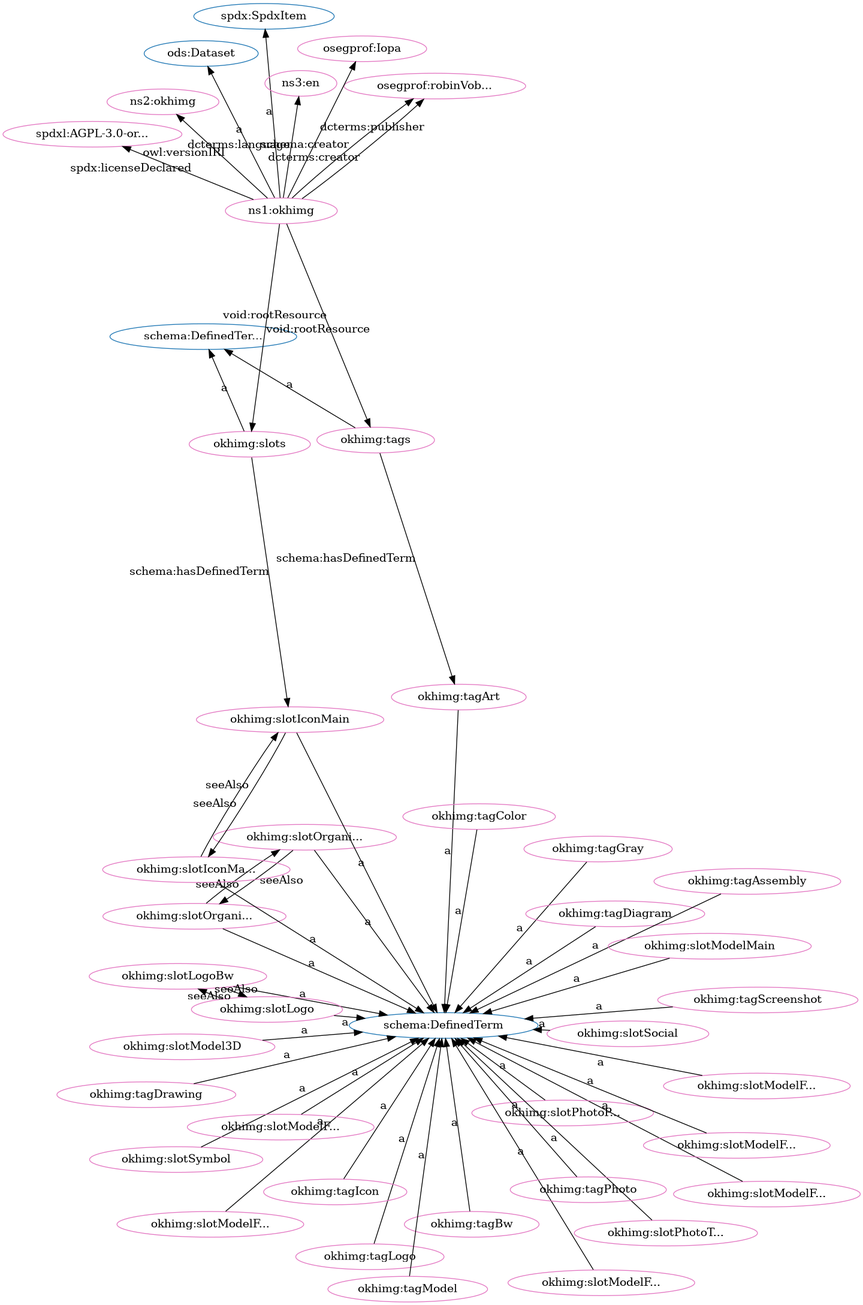
Earlier version of the Graphviz export src/spec/fdp_okh-img-clean.png (iop-alliance/OpenKnowHow). Its source is kept beside it as src/spec/fdp_okh-img-clean.dot.
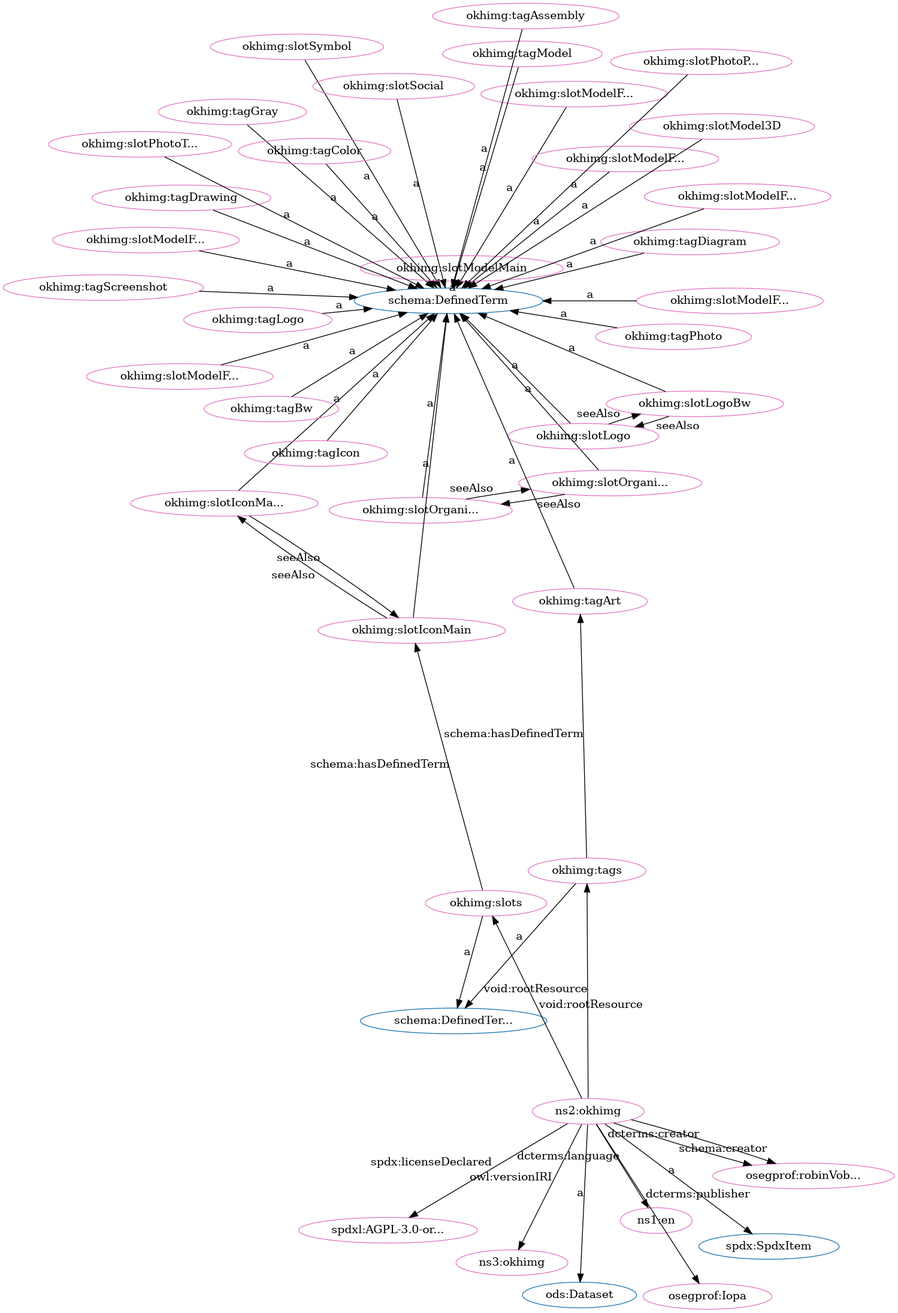
After the change.

Change to the diagram source:
```diff
@@ -1,96 +1,96 @@
 digraph G {
   rankdir=BT
   node[height=.3]
-"http://schema.org/DefinedTermSet" [fillcolor="#1f77b4" color="#1f77b4" label="schema:DefinedTer..."]
-"http://spdx.org/rdf/terms#SpdxItem" [fillcolor="#1f77b4" color="#1f77b4" label="spdx:SpdxItem"]
 "http://schema.org/DefinedTerm" [fillcolor="#1f77b4" color="#1f77b4" label="schema:DefinedTerm"]
 "http://w3id.org/oseg/ont/ods#Dataset" [fillcolor="#1f77b4" color="#1f77b4" label="ods:Dataset"]
+"http://spdx.org/rdf/terms#SpdxItem" [fillcolor="#1f77b4" color="#1f77b4" label="spdx:SpdxItem"]
+"http://schema.org/DefinedTermSet" [fillcolor="#1f77b4" color="#1f77b4" label="schema:DefinedTer..."]
+"http://w3id.org/oseg/ont/okhimg#slotModelFromBack" [fillcolor="#e377c2" color="#e377c2" label="okhimg:slotModelF..."]
+"http://id.loc.gov/vocabulary/iso639-1/en" [fillcolor="#e377c2" color="#e377c2" label="ns1:en"]
+"http://w3id.org/oseg/ont/okhimg#slotOrganizationLogo" [fillcolor="#e377c2" color="#e377c2" label="okhimg:slotOrgani..."]
+"http://w3id.org/oseg/ont/okhimg#slotSymbol" [fillcolor="#e377c2" color="#e377c2" label="okhimg:slotSymbol"]
+"http://w3id.org/oseg/ont/okhimg#slotModelFromFront" [fillcolor="#e377c2" color="#e377c2" label="okhimg:slotModelF..."]
+"http://w3id.org/oseg/ont/okhimg#slotModelFromLeft" [fillcolor="#e377c2" color="#e377c2" label="okhimg:slotModelF..."]
+"http://w3id.org/oseg/ont/okhimg#tagScreenshot" [fillcolor="#e377c2" color="#e377c2" label="okhimg:tagScreenshot"]
+"http://w3id.org/oseg/ont/okhimg" [fillcolor="#e377c2" color="#e377c2" label="ns2:okhimg"]
 "http://w3id.org/oseg/ont/okhimg#slotLogoBw" [fillcolor="#e377c2" color="#e377c2" label="okhimg:slotLogoBw"]
+"http://w3id.org/oseg/ont/okhimg#tagGray" [fillcolor="#e377c2" color="#e377c2" label="okhimg:tagGray"]
+"http://w3id.org/oseg/ont/okhimg#tagColor" [fillcolor="#e377c2" color="#e377c2" label="okhimg:tagColor"]
+"http://w3id.org/oseg/ont/okhimg#slotModelFromAbove" [fillcolor="#e377c2" color="#e377c2" label="okhimg:slotModelF..."]
+"http://w3id.org/oseg/ont/oseg-profiles#Iopa" [fillcolor="#e377c2" color="#e377c2" label="osegprof:Iopa"]
+"http://w3id.org/oseg/ont/okhimg#tagDiagram" [fillcolor="#e377c2" color="#e377c2" label="okhimg:tagDiagram"]
+"http://w3id.org/oseg/ont/okhimg#tagLogo" [fillcolor="#e377c2" color="#e377c2" label="okhimg:tagLogo"]
+"http://w3id.org/oseg/ont/okhimg#slotModelMain" [fillcolor="#e377c2" color="#e377c2" label="okhimg:slotModelMain"]
+"http://w3id.org/oseg/ont/okhimg#slotIconMainBw" [fillcolor="#e377c2" color="#e377c2" label="okhimg:slotIconMa..."]
+"http://w3id.org/oseg/ont/0.1.0/okhimg" [fillcolor="#e377c2" color="#e377c2" label="ns3:okhimg"]
+"http://w3id.org/oseg/ont/oseg-profiles#robinVobruba" [fillcolor="#e377c2" color="#e377c2" label="osegprof:robinVob..."]
+"http://w3id.org/oseg/ont/okhimg#tags" [fillcolor="#e377c2" color="#e377c2" label="okhimg:tags"]
+"http://w3id.org/oseg/ont/okhimg#slots" [fillcolor="#e377c2" color="#e377c2" label="okhimg:slots"]
+"http://w3id.org/oseg/ont/okhimg#slotIconMain" [fillcolor="#e377c2" color="#e377c2" label="okhimg:slotIconMain"]
+"http://w3id.org/oseg/ont/okhimg#tagBw" [fillcolor="#e377c2" color="#e377c2" label="okhimg:tagBw"]
+"http://w3id.org/oseg/ont/okhimg#slotModelFromRight" [fillcolor="#e377c2" color="#e377c2" label="okhimg:slotModelF..."]
+"http://spdx.org/licenses/AGPL-3.0-or-later" [fillcolor="#e377c2" color="#e377c2" label="spdxl:AGPL-3.0-or..."]
+"http://w3id.org/oseg/ont/okhimg#slotLogo" [fillcolor="#e377c2" color="#e377c2" label="okhimg:slotLogo"]
+"http://w3id.org/oseg/ont/okhimg#slotOrganizationLogoBw" [fillcolor="#e377c2" color="#e377c2" label="okhimg:slotOrgani..."]
+"http://w3id.org/oseg/ont/okhimg#slotModel3D" [fillcolor="#e377c2" color="#e377c2" label="okhimg:slotModel3D"]
+"http://w3id.org/oseg/ont/okhimg#slotModelFromBelow" [fillcolor="#e377c2" color="#e377c2" label="okhimg:slotModelF..."]
+"http://w3id.org/oseg/ont/okhimg#tagDrawing" [fillcolor="#e377c2" color="#e377c2" label="okhimg:tagDrawing"]
+"http://w3id.org/oseg/ont/okhimg#tagModel" [fillcolor="#e377c2" color="#e377c2" label="okhimg:tagModel"]
+"http://w3id.org/oseg/ont/okhimg#tagPhoto" [fillcolor="#e377c2" color="#e377c2" label="okhimg:tagPhoto"]
 "http://w3id.org/oseg/ont/okhimg#tagArt" [fillcolor="#e377c2" color="#e377c2" label="okhimg:tagArt"]
-"http://w3id.org/oseg/ont/okhimg" [fillcolor="#e377c2" color="#e377c2" label="ns1:okhimg"]
-"http://w3id.org/oseg/ont/okhimg#slotOrganizationLogo" [fillcolor="#e377c2" color="#e377c2" label="okhimg:slotOrgani..."]
-"http://w3id.org/oseg/ont/oseg-profiles#robinVobruba" [fillcolor="#e377c2" color="#e377c2" label="osegprof:robinVob..."]
-"http://w3id.org/oseg/ont/okhimg#slotOrganizationLogoBw" [fillcolor="#e377c2" color="#e377c2" label="okhimg:slotOrgani..."]
-"http://w3id.org/oseg/ont/okhimg#tagLogo" [fillcolor="#e377c2" color="#e377c2" label="okhimg:tagLogo"]
-"http://w3id.org/oseg/ont/okhimg#tagGray" [fillcolor="#e377c2" color="#e377c2" label="okhimg:tagGray"]
-"http://w3id.org/oseg/ont/okhimg#slotIconMain" [fillcolor="#e377c2" color="#e377c2" label="okhimg:slotIconMain"]
-"http://w3id.org/oseg/ont/okhimg#slotModelFromBack" [fillcolor="#e377c2" color="#e377c2" label="okhimg:slotModelF..."]
+"http://w3id.org/oseg/ont/okhimg#tagAssembly" [fillcolor="#e377c2" color="#e377c2" label="okhimg:tagAssembly"]
 "http://w3id.org/oseg/ont/okhimg#slotSocial" [fillcolor="#e377c2" color="#e377c2" label="okhimg:slotSocial"]
-"http://w3id.org/oseg/ont/okhimg#slotSymbol" [fillcolor="#e377c2" color="#e377c2" label="okhimg:slotSymbol"]
-"http://w3id.org/oseg/ont/okhimg#tags" [fillcolor="#e377c2" color="#e377c2" label="okhimg:tags"]
-"http://w3id.org/oseg/ont/okhimg#tagDiagram" [fillcolor="#e377c2" color="#e377c2" label="okhimg:tagDiagram"]
-"http://w3id.org/oseg/ont/okhimg#slotIconMainBw" [fillcolor="#e377c2" color="#e377c2" label="okhimg:slotIconMa..."]
-"http://w3id.org/oseg/ont/okhimg#tagAssembly" [fillcolor="#e377c2" color="#e377c2" label="okhimg:tagAssembly"]
-"http://w3id.org/oseg/ont/0.1.0/okhimg" [fillcolor="#e377c2" color="#e377c2" label="ns2:okhimg"]
-"http://w3id.org/oseg/ont/okhimg#slots" [fillcolor="#e377c2" color="#e377c2" label="okhimg:slots"]
-"http://spdx.org/licenses/AGPL-3.0-or-later" [fillcolor="#e377c2" color="#e377c2" label="spdxl:AGPL-3.0-or..."]
-"http://id.loc.gov/vocabulary/iso639-1/en" [fillcolor="#e377c2" color="#e377c2" label="ns3:en"]
-"http://w3id.org/oseg/ont/okhimg#slotModelFromBelow" [fillcolor="#e377c2" color="#e377c2" label="okhimg:slotModelF..."]
 "http://w3id.org/oseg/ont/okhimg#slotPhotoPackaging" [fillcolor="#e377c2" color="#e377c2" label="okhimg:slotPhotoP..."]
-"http://w3id.org/oseg/ont/okhimg#tagColor" [fillcolor="#e377c2" color="#e377c2" label="okhimg:tagColor"]
-"http://w3id.org/oseg/ont/okhimg#tagDrawing" [fillcolor="#e377c2" color="#e377c2" label="okhimg:tagDrawing"]
-"http://w3id.org/oseg/ont/okhimg#slotModelFromRight" [fillcolor="#e377c2" color="#e377c2" label="okhimg:slotModelF..."]
-"http://w3id.org/oseg/ont/okhimg#slotModelFromAbove" [fillcolor="#e377c2" color="#e377c2" label="okhimg:slotModelF..."]
-"http://w3id.org/oseg/ont/okhimg#slotLogo" [fillcolor="#e377c2" color="#e377c2" label="okhimg:slotLogo"]
-"http://w3id.org/oseg/ont/okhimg#slotModel3D" [fillcolor="#e377c2" color="#e377c2" label="okhimg:slotModel3D"]
-"http://w3id.org/oseg/ont/okhimg#tagBw" [fillcolor="#e377c2" color="#e377c2" label="okhimg:tagBw"]
-"http://w3id.org/oseg/ont/okhimg#tagScreenshot" [fillcolor="#e377c2" color="#e377c2" label="okhimg:tagScreenshot"]
-"http://w3id.org/oseg/ont/oseg-profiles#Iopa" [fillcolor="#e377c2" color="#e377c2" label="osegprof:Iopa"]
+"http://w3id.org/oseg/ont/okhimg#tagIcon" [fillcolor="#e377c2" color="#e377c2" label="okhimg:tagIcon"]
 "http://w3id.org/oseg/ont/okhimg#slotPhotoThingMain" [fillcolor="#e377c2" color="#e377c2" label="okhimg:slotPhotoT..."]
-"http://w3id.org/oseg/ont/okhimg#slotModelMain" [fillcolor="#e377c2" color="#e377c2" label="okhimg:slotModelMain"]
-"http://w3id.org/oseg/ont/okhimg#tagIcon" [fillcolor="#e377c2" color="#e377c2" label="okhimg:tagIcon"]
-"http://w3id.org/oseg/ont/okhimg#slotModelFromLeft" [fillcolor="#e377c2" color="#e377c2" label="okhimg:slotModelF..."]
-"http://w3id.org/oseg/ont/okhimg#tagModel" [fillcolor="#e377c2" color="#e377c2" label="okhimg:tagModel"]
-"http://w3id.org/oseg/ont/okhimg#slotModelFromFront" [fillcolor="#e377c2" color="#e377c2" label="okhimg:slotModelF..."]
-"http://w3id.org/oseg/ont/okhimg#tagPhoto" [fillcolor="#e377c2" color="#e377c2" label="okhimg:tagPhoto"]
+  "http://w3id.org/oseg/ont/okhimg#slotModelFromBack" -> "http://schema.org/DefinedTerm" [label="a"]
+  "http://w3id.org/oseg/ont/okhimg" -> "http://id.loc.gov/vocabulary/iso639-1/en" [label="dcterms:language"]
+  "http://w3id.org/oseg/ont/okhimg#slotOrganizationLogo" -> "http://schema.org/DefinedTerm" [label="a"]
+  "http://w3id.org/oseg/ont/okhimg#slotSymbol" -> "http://schema.org/DefinedTerm" [label="a"]
+  "http://w3id.org/oseg/ont/okhimg#slotModelFromFront" -> "http://schema.org/DefinedTerm" [label="a"]
+  "http://w3id.org/oseg/ont/okhimg#slotModelFromLeft" -> "http://schema.org/DefinedTerm" [label="a"]
+  "http://w3id.org/oseg/ont/okhimg#tagScreenshot" -> "http://schema.org/DefinedTerm" [label="a"]
+  "http://w3id.org/oseg/ont/okhimg" -> "http://spdx.org/rdf/terms#SpdxItem" [label="a"]
   "http://w3id.org/oseg/ont/okhimg#slotLogoBw" -> "http://schema.org/DefinedTerm" [label="a"]
-  "http://w3id.org/oseg/ont/okhimg#tags" -> "http://w3id.org/oseg/ont/okhimg#tagArt" [label="schema:hasDefinedTerm"]
+  "http://w3id.org/oseg/ont/okhimg#tagGray" -> "http://schema.org/DefinedTerm" [label="a"]
+  "http://w3id.org/oseg/ont/okhimg#tagColor" -> "http://schema.org/DefinedTerm" [label="a"]
+  "http://w3id.org/oseg/ont/okhimg#slotModelFromAbove" -> "http://schema.org/DefinedTerm" [label="a"]
+  "http://w3id.org/oseg/ont/okhimg" -> "http://w3id.org/oseg/ont/oseg-profiles#Iopa" [label="dcterms:publisher"]
+  "http://w3id.org/oseg/ont/okhimg#tagDiagram" -> "http://schema.org/DefinedTerm" [label="a"]
+  "http://w3id.org/oseg/ont/okhimg#tagLogo" -> "http://schema.org/DefinedTerm" [label="a"]
+  "http://w3id.org/oseg/ont/okhimg#slotModelMain" -> "http://schema.org/DefinedTerm" [label="a"]
   "http://w3id.org/oseg/ont/okhimg" -> "http://w3id.org/oseg/ont/ods#Dataset" [label="a"]
-  "http://w3id.org/oseg/ont/okhimg#slotOrganizationLogo" -> "http://schema.org/DefinedTerm" [label="a"]
-  "http://w3id.org/oseg/ont/okhimg" -> "http://w3id.org/oseg/ont/oseg-profiles#robinVobruba" [label="schema:creator"]
-  "http://w3id.org/oseg/ont/okhimg#slotOrganizationLogoBw" -> "http://schema.org/DefinedTerm" [label="a"]
-  "http://w3id.org/oseg/ont/okhimg#tagLogo" -> "http://schema.org/DefinedTerm" [label="a"]
-  "http://w3id.org/oseg/ont/okhimg#tagGray" -> "http://schema.org/DefinedTerm" [label="a"]
+  "http://w3id.org/oseg/ont/okhimg#slotIconMain" -> "http://w3id.org/oseg/ont/okhimg#slotIconMainBw" [label="seeAlso"]
+  "http://w3id.org/oseg/ont/okhimg" -> "http://w3id.org/oseg/ont/0.1.0/okhimg" [label="owl:versionIRI"]
+  "http://w3id.org/oseg/ont/okhimg" -> "http://w3id.org/oseg/ont/oseg-profiles#robinVobruba" [label="dcterms:creator"]
+  "http://w3id.org/oseg/ont/okhimg" -> "http://w3id.org/oseg/ont/okhimg#tags" [label="void:rootResource"]
+  "http://w3id.org/oseg/ont/okhimg#slots" -> "http://schema.org/DefinedTermSet" [label="a"]
   "http://w3id.org/oseg/ont/okhimg#slotIconMainBw" -> "http://w3id.org/oseg/ont/okhimg#slotIconMain" [label="seeAlso"]
-  "http://w3id.org/oseg/ont/okhimg#slotModelFromBack" -> "http://schema.org/DefinedTerm" [label="a"]
+  "http://w3id.org/oseg/ont/okhimg#tagBw" -> "http://schema.org/DefinedTerm" [label="a"]
+  "http://w3id.org/oseg/ont/okhimg#slotModelFromRight" -> "http://schema.org/DefinedTerm" [label="a"]
+  "http://w3id.org/oseg/ont/okhimg" -> "http://spdx.org/licenses/AGPL-3.0-or-later" [label="spdx:licenseDeclared"]
   "http://w3id.org/oseg/ont/okhimg#slots" -> "http://w3id.org/oseg/ont/okhimg#slotIconMain" [label="schema:hasDefinedTerm"]
+  "http://w3id.org/oseg/ont/okhimg#slotLogoBw" -> "http://w3id.org/oseg/ont/okhimg#slotLogo" [label="seeAlso"]
+  "http://w3id.org/oseg/ont/okhimg#slotOrganizationLogo" -> "http://w3id.org/oseg/ont/okhimg#slotOrganizationLogoBw" [label="seeAlso"]
+  "http://w3id.org/oseg/ont/okhimg#slotModel3D" -> "http://schema.org/DefinedTerm" [label="a"]
+  "http://w3id.org/oseg/ont/okhimg#tagPhoto" -> "http://schema.org/DefinedTerm" [label="a"]
+  "http://w3id.org/oseg/ont/okhimg#slotModelFromBelow" -> "http://schema.org/DefinedTerm" [label="a"]
+  "http://w3id.org/oseg/ont/okhimg#tagDrawing" -> "http://schema.org/DefinedTerm" [label="a"]
+  "http://w3id.org/oseg/ont/okhimg#tagModel" -> "http://schema.org/DefinedTerm" [label="a"]
+  "http://w3id.org/oseg/ont/okhimg#slotIconMain" -> "http://schema.org/DefinedTerm" [label="a"]
+  "http://w3id.org/oseg/ont/okhimg#tags" -> "http://schema.org/DefinedTermSet" [label="a"]
+  "http://w3id.org/oseg/ont/okhimg#tagArt" -> "http://schema.org/DefinedTerm" [label="a"]
+  "http://w3id.org/oseg/ont/okhimg#tagAssembly" -> "http://schema.org/DefinedTerm" [label="a"]
   "http://w3id.org/oseg/ont/okhimg#slotSocial" -> "http://schema.org/DefinedTerm" [label="a"]
-  "http://w3id.org/oseg/ont/okhimg#slotSymbol" -> "http://schema.org/DefinedTerm" [label="a"]
-  "http://w3id.org/oseg/ont/okhimg#tags" -> "http://schema.org/DefinedTermSet" [label="a"]
-  "http://w3id.org/oseg/ont/okhimg#slotOrganizationLogo" -> "http://w3id.org/oseg/ont/okhimg#slotOrganizationLogoBw" [label="seeAlso"]
-  "http://w3id.org/oseg/ont/okhimg#tagDiagram" -> "http://schema.org/DefinedTerm" [label="a"]
-  "http://w3id.org/oseg/ont/okhimg#slotIconMainBw" -> "http://schema.org/DefinedTerm" [label="a"]
-  "http://w3id.org/oseg/ont/okhimg#slotIconMain" -> "http://w3id.org/oseg/ont/okhimg#slotIconMainBw" [label="seeAlso"]
-  "http://w3id.org/oseg/ont/okhimg#tagAssembly" -> "http://schema.org/DefinedTerm" [label="a"]
-  "http://w3id.org/oseg/ont/okhimg" -> "http://w3id.org/oseg/ont/0.1.0/okhimg" [label="owl:versionIRI"]
-  "http://w3id.org/oseg/ont/okhimg#slots" -> "http://schema.org/DefinedTermSet" [label="a"]
-  "http://w3id.org/oseg/ont/okhimg" -> "http://spdx.org/licenses/AGPL-3.0-or-later" [label="spdx:licenseDeclared"]
-  "http://w3id.org/oseg/ont/okhimg" -> "http://spdx.org/rdf/terms#SpdxItem" [label="a"]
-  "http://w3id.org/oseg/ont/okhimg" -> "http://id.loc.gov/vocabulary/iso639-1/en" [label="dcterms:language"]
-  "http://w3id.org/oseg/ont/okhimg#slotModelFromBelow" -> "http://schema.org/DefinedTerm" [label="a"]
   "http://w3id.org/oseg/ont/okhimg#slotPhotoPackaging" -> "http://schema.org/DefinedTerm" [label="a"]
-  "http://w3id.org/oseg/ont/okhimg#tagColor" -> "http://schema.org/DefinedTerm" [label="a"]
-  "http://w3id.org/oseg/ont/okhimg#tagDrawing" -> "http://schema.org/DefinedTerm" [label="a"]
-  "http://w3id.org/oseg/ont/okhimg#slotModelFromRight" -> "http://schema.org/DefinedTerm" [label="a"]
-  "http://w3id.org/oseg/ont/okhimg#slotModelFromAbove" -> "http://schema.org/DefinedTerm" [label="a"]
-  "http://w3id.org/oseg/ont/okhimg" -> "http://w3id.org/oseg/ont/oseg-profiles#robinVobruba" [label="dcterms:creator"]
-  "http://w3id.org/oseg/ont/okhimg#slotLogoBw" -> "http://w3id.org/oseg/ont/okhimg#slotLogo" [label="seeAlso"]
-  "http://w3id.org/oseg/ont/okhimg#slotModel3D" -> "http://schema.org/DefinedTerm" [label="a"]
-  "http://w3id.org/oseg/ont/okhimg#tagArt" -> "http://schema.org/DefinedTerm" [label="a"]
-  "http://w3id.org/oseg/ont/okhimg#tagBw" -> "http://schema.org/DefinedTerm" [label="a"]
-  "http://w3id.org/oseg/ont/okhimg#tagScreenshot" -> "http://schema.org/DefinedTerm" [label="a"]
   "http://w3id.org/oseg/ont/okhimg#slotLogo" -> "http://schema.org/DefinedTerm" [label="a"]
   "http://w3id.org/oseg/ont/okhimg#slotLogo" -> "http://w3id.org/oseg/ont/okhimg#slotLogoBw" [label="seeAlso"]
-  "http://w3id.org/oseg/ont/okhimg" -> "http://w3id.org/oseg/ont/oseg-profiles#Iopa" [label="dcterms:publisher"]
+  "http://w3id.org/oseg/ont/okhimg" -> "http://w3id.org/oseg/ont/okhimg#slots" [label="void:rootResource"]
+  "http://w3id.org/oseg/ont/okhimg#tagIcon" -> "http://schema.org/DefinedTerm" [label="a"]
+  "http://w3id.org/oseg/ont/okhimg#slotOrganizationLogoBw" -> "http://w3id.org/oseg/ont/okhimg#slotOrganizationLogo" [label="seeAlso"]
+  "http://w3id.org/oseg/ont/okhimg#slotIconMainBw" -> "http://schema.org/DefinedTerm" [label="a"]
+  "http://w3id.org/oseg/ont/okhimg#slotOrganizationLogoBw" -> "http://schema.org/DefinedTerm" [label="a"]
+  "http://w3id.org/oseg/ont/okhimg#tags" -> "http://w3id.org/oseg/ont/okhimg#tagArt" [label="schema:hasDefinedTerm"]
+  "http://w3id.org/oseg/ont/okhimg" -> "http://w3id.org/oseg/ont/oseg-profiles#robinVobruba" [label="schema:creator"]
   "http://w3id.org/oseg/ont/okhimg#slotPhotoThingMain" -> "http://schema.org/DefinedTerm" [label="a"]
-  "http://w3id.org/oseg/ont/okhimg#slotModelMain" -> "http://schema.org/DefinedTerm" [label="a"]
-  "http://w3id.org/oseg/ont/okhimg#tagIcon" -> "http://schema.org/DefinedTerm" [label="a"]
-  "http://w3id.org/oseg/ont/okhimg#slotModelFromLeft" -> "http://schema.org/DefinedTerm" [label="a"]
-  "http://w3id.org/oseg/ont/okhimg#tagModel" -> "http://schema.org/DefinedTerm" [label="a"]
-  "http://w3id.org/oseg/ont/okhimg" -> "http://w3id.org/oseg/ont/okhimg#tags" [label="void:rootResource"]
-  "http://w3id.org/oseg/ont/okhimg#slotIconMain" -> "http://schema.org/DefinedTerm" [label="a"]
-  "http://w3id.org/oseg/ont/okhimg#slotOrganizationLogoBw" -> "http://w3id.org/oseg/ont/okhimg#slotOrganizationLogo" [label="seeAlso"]
-  "http://w3id.org/oseg/ont/okhimg" -> "http://w3id.org/oseg/ont/okhimg#slots" [label="void:rootResource"]
-  "http://w3id.org/oseg/ont/okhimg#slotModelFromFront" -> "http://schema.org/DefinedTerm" [label="a"]
-  "http://w3id.org/oseg/ont/okhimg#tagPhoto" -> "http://schema.org/DefinedTerm" [label="a"]
 }
```
